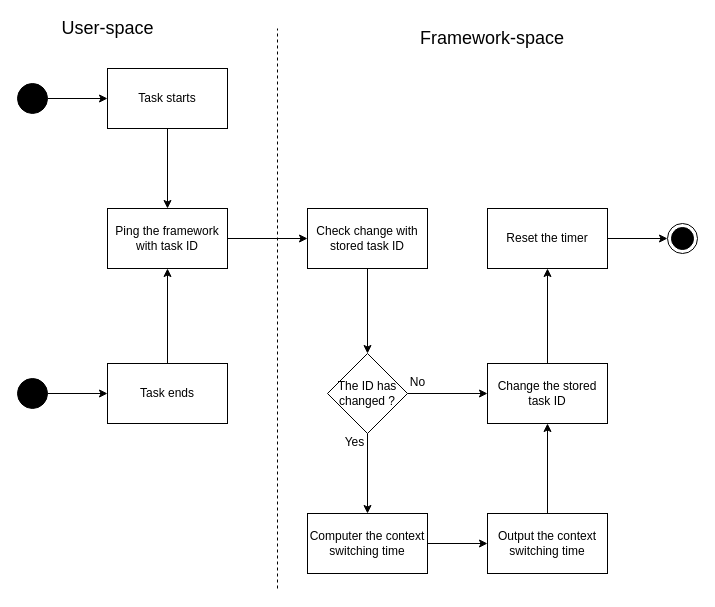
Earlier version of the draw.io diagram assets/extension-activity-framework.drawio (bench-os/thesis). Source tidied: cells renumbered, new cells numbered last; positions are measured from the earlier drawing's top-left corner, leaving out a move shared by most shapes. Both pictures are drawn from the tidied source at 100%, with x=0, y=0 at pixel (17, 18).
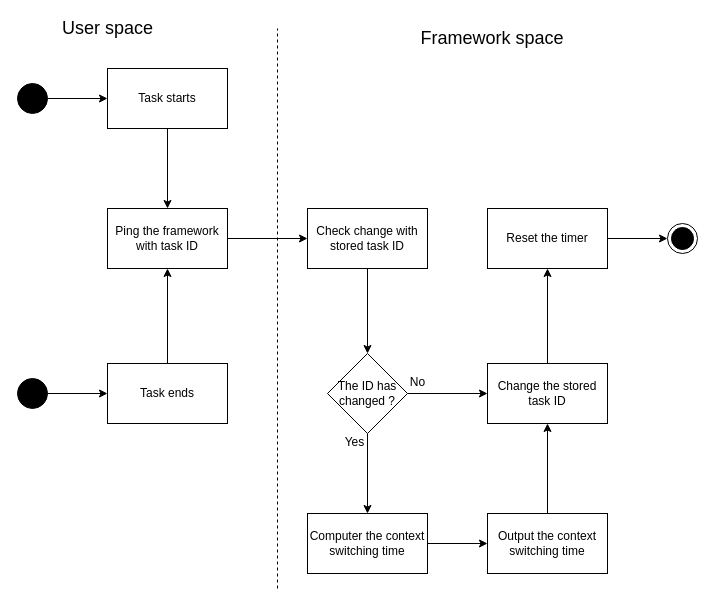
Above is the later version.

Commit message (it also covers changes not shown here):
Fix extension activity flow diagram

Diff of the diagram source:
```diff
@@
-    <mxCell id="29" value="&lt;font style=&quot;font-size: 18px&quot;&gt;User-space&lt;/font&gt;" style="text;html=1;strokeColor=none;fillColor=none;align=center;verticalAlign=middle;whiteSpace=wrap;rounded=0;" parent="1" vertex="1">
+    <mxCell id="29" value="&lt;font style=&quot;font-size: 18px&quot;&gt;User space&lt;/font&gt;" style="text;html=1;strokeColor=none;fillColor=none;align=center;verticalAlign=middle;whiteSpace=wrap;rounded=0;" parent="1" vertex="1">
       <mxGeometry x="32.5" width="115" height="20" as="geometry" />
     </mxCell>
-    <mxCell id="30" value="&lt;font style=&quot;font-size: 18px&quot;&gt;Framework-space&lt;/font&gt;" style="text;html=1;strokeColor=none;fillColor=none;align=center;verticalAlign=middle;whiteSpace=wrap;rounded=0;" parent="1" vertex="1">
+    <mxCell id="30" value="&lt;font style=&quot;font-size: 18px&quot;&gt;Framework space&lt;/font&gt;" style="text;html=1;strokeColor=none;fillColor=none;align=center;verticalAlign=middle;whiteSpace=wrap;rounded=0;" parent="1" vertex="1">
       <mxGeometry x="390" y="10" width="170" height="20" as="geometry" />
     </mxCell>
```
